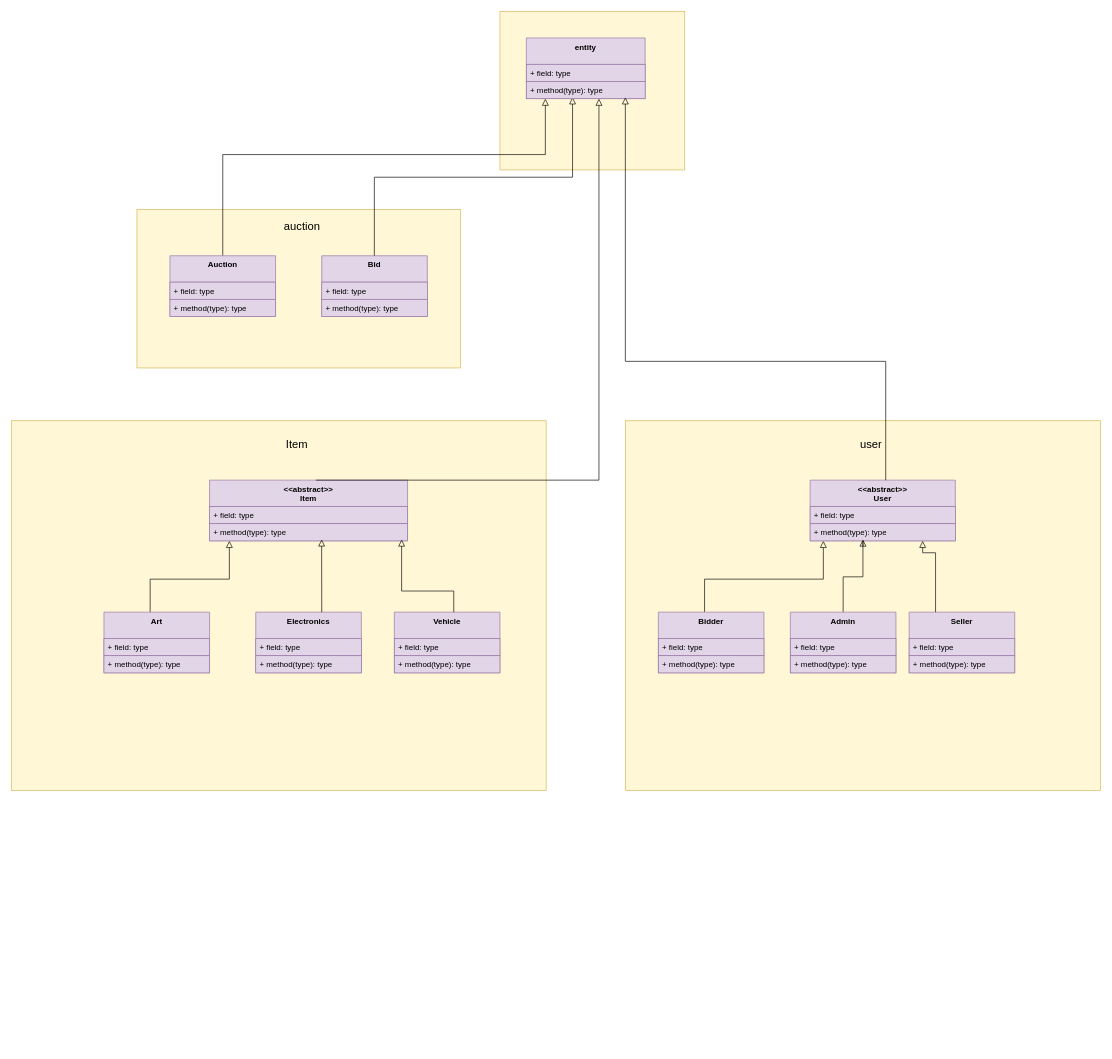
Earlier version of the draw.io diagram UML_java.drawio (HoangHa-Tkos/BTL_N8). Source tidied: cells renumbered, new cells numbered last; positions are measured from the earlier drawing's top-left corner, leaving out a move shared by most shapes. Both pictures are drawn from the tidied source at 66%, with x=0, y=0 at pixel (11, 11).
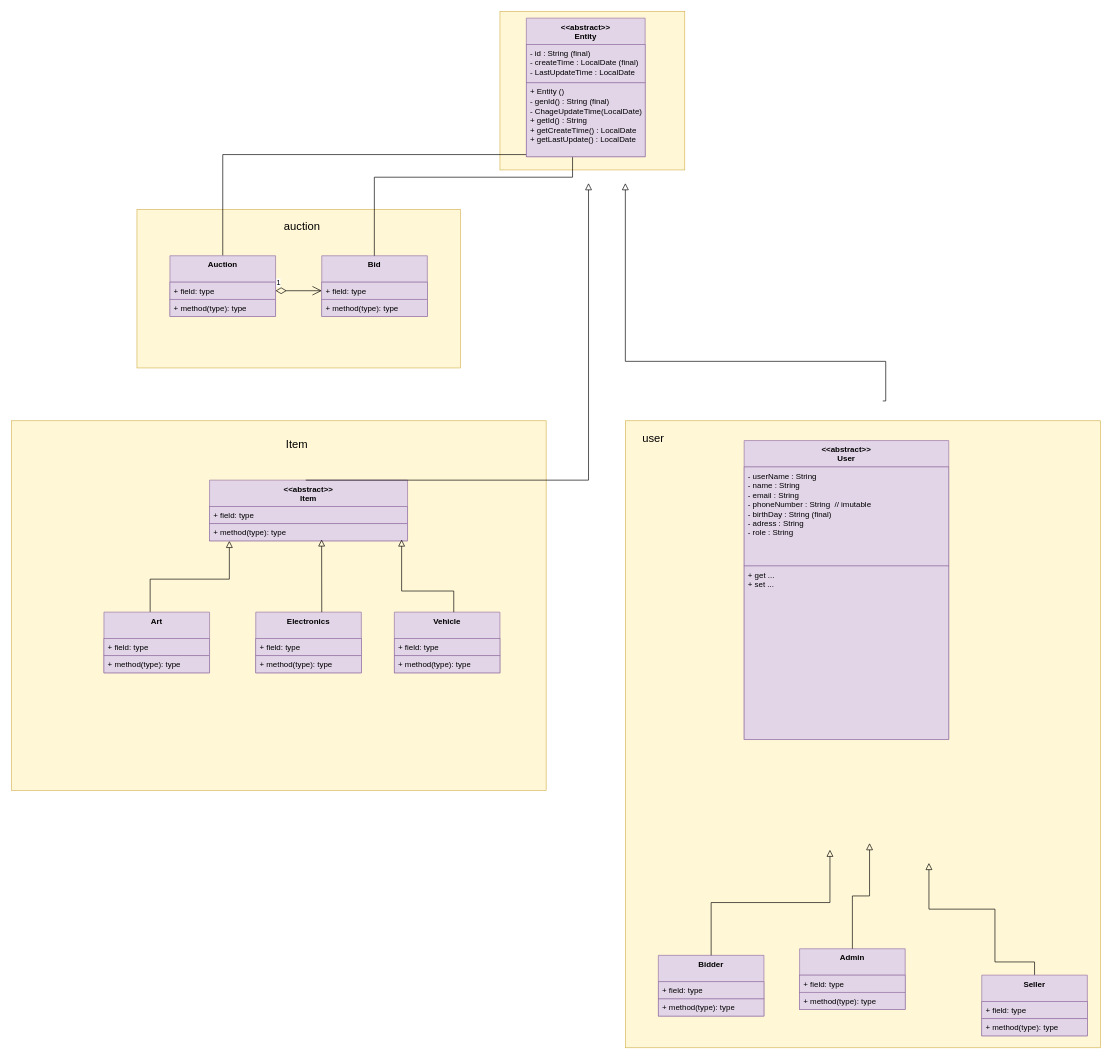
After the change.

Commit message:
Update UML class diagram

The change refers to these unchanged cells:
```xml
<mxCell id="41" value="+ field: type" style="text;strokeColor=#9673a6;fillColor=#e1d5e7;align=left;verticalAlign=top;spacingLeft=4;spacingRight=4;overflow=hidden;points=[[0,0.5],[1,0.5]];portConstraint=eastwest;whiteSpace=wrap;html=1;" parent="40" vertex="1">
  <mxGeometry y="40" width="160" height="26" as="geometry" />
</mxCell>
<mxCell id="44" value="+ field: type" style="text;strokeColor=#9673a6;fillColor=#e1d5e7;align=left;verticalAlign=top;spacingLeft=4;spacingRight=4;overflow=hidden;points=[[0,0.5],[1,0.5]];portConstraint=eastwest;whiteSpace=wrap;html=1;" parent="43" vertex="1">
  <mxGeometry y="40" width="160" height="26" as="geometry" />
</mxCell>
```

What changed in the source:
```diff
@@
     <mxCell id="3" style="text;strokeColor=#d6b656;fillColor=#FFF7D6;align=left;verticalAlign=middle;spacingTop=-1;spacingLeft=4;spacingRight=4;labelPosition=right;" parent="1" vertex="1">
-      <mxGeometry x="930" y="620" width="720" height="560" as="geometry" />
+      <mxGeometry x="930" y="620" width="720" height="950" as="geometry" />
     </mxCell>
     <mxCell id="4" value="user" style="text;strokeColor=none;fillColor=none;align=left;verticalAlign=top;spacingLeft=4;spacingRight=4;overflow=hidden;whiteSpace=wrap;html=1;fontSize=17;" parent="1" vertex="1">
-      <mxGeometry x="1280" y="640" width="110" height="30" as="geometry" />
+      <mxGeometry x="950" y="630" width="110" height="30" as="geometry" />
     </mxCell>
-    <mxCell id="5" style="edgeStyle=orthogonalEdgeStyle;rounded=0;jettySize=auto;html=1;fontSize=12;startSize=8;endSize=8;startArrow=block;startFill=0;endArrow=none;endFill=0;" parent="1" edge="1" source="6" target="9">
-      <mxGeometry x="-0.38" relative="1" as="geometry">
-        <Array as="points">
-          <mxPoint x="1230" y="860" />
-          <mxPoint x="1050" y="860" />
-        </Array>
-      </mxGeometry>
-    </mxCell>
     <mxCell id="6" value="&amp;lt;&amp;lt;abstract&amp;gt;&amp;gt;&lt;div&gt;User&lt;/div&gt;" style="swimlane;fontStyle=1;align=center;verticalAlign=top;horizontal=1;startSize=40;whiteSpace=wrap;html=1;fillColor=#e1d5e7;strokeColor=#9673a6;" parent="1" vertex="1">
-      <mxGeometry x="1210" y="710" width="220" height="92" as="geometry" />
+      <mxGeometry x="1110" y="650" width="310" height="453" as="geometry" />
     </mxCell>
-    <mxCell id="7" value="+ field: type" style="text;strokeColor=#9673a6;fillColor=#e1d5e7;align=left;verticalAlign=top;spacingLeft=4;spacingRight=4;overflow=hidden;whiteSpace=wrap;html=1;" parent="6" vertex="1">
-      <mxGeometry y="40" width="220" height="26" as="geometry" />
+    <mxCell id="7" value="- userName : String&lt;br&gt;- name : String&lt;div&gt;- email : String&lt;/div&gt;&lt;div&gt;- phoneNumber : String&amp;nbsp; // imutable&lt;/div&gt;&lt;div&gt;- birthDay : String (final)&lt;/div&gt;&lt;div&gt;- adress : String&lt;/div&gt;&lt;div&gt;- role : String&lt;/div&gt;&lt;div&gt;&lt;br&gt;&lt;/div&gt;&lt;div&gt;&lt;br&gt;&lt;/div&gt;" style="text;strokeColor=#9673a6;fillColor=#e1d5e7;align=left;verticalAlign=top;spacingLeft=4;spacingRight=4;overflow=hidden;whiteSpace=wrap;html=1;" parent="6" vertex="1">
+      <mxGeometry y="40" width="310" height="150" as="geometry" />
     </mxCell>
-    <mxCell id="8" value="+ method(type): type" style="text;strokeColor=#9673a6;fillColor=#e1d5e7;align=left;verticalAlign=top;spacingLeft=4;spacingRight=4;overflow=hidden;points=[[0,0.5],[1,0.5]];portConstraint=eastwest;whiteSpace=wrap;html=1;" parent="6" vertex="1">
-      <mxGeometry y="66" width="220" height="26" as="geometry" />
+    <mxCell id="8" value="+ get ...&lt;div&gt;+ set ...&lt;/div&gt;" style="text;strokeColor=#9673a6;fillColor=#e1d5e7;align=left;verticalAlign=top;spacingLeft=4;spacingRight=4;overflow=hidden;points=[[0,0.5],[1,0.5]];portConstraint=eastwest;whiteSpace=wrap;html=1;" parent="6" vertex="1">
+      <mxGeometry y="190" width="310" height="263" as="geometry" />
     </mxCell>
-    <mxCell id="9" value="Bidder" style="swimlane;fontStyle=1;align=center;verticalAlign=top;horizontal=1;startSize=40;whiteSpace=wrap;html=1;fillColor=#e1d5e7;strokeColor=#9673a6;" parent="1" vertex="1">
-      <mxGeometry x="980" y="910" width="160" height="92" as="geometry" />
-    </mxCell>
-    <mxCell id="10" value="+ field: type" style="text;strokeColor=#9673a6;fillColor=#e1d5e7;align=left;verticalAlign=top;spacingLeft=4;spacingRight=4;overflow=hidden;whiteSpace=wrap;html=1;" parent="9" vertex="1">
-      <mxGeometry y="40" width="160" height="26" as="geometry" />
-    </mxCell>
-    <mxCell id="11" value="+ method(type): type" style="text;strokeColor=#9673a6;fillColor=#e1d5e7;align=left;verticalAlign=top;spacingLeft=4;spacingRight=4;overflow=hidden;whiteSpace=wrap;html=1;" parent="9" vertex="1">
-      <mxGeometry y="66" width="160" height="26" as="geometry" />
-    </mxCell>
-    <mxCell id="12" style="edgeStyle=orthogonalEdgeStyle;rounded=0;jettySize=auto;html=1;fontSize=12;startSize=8;endSize=8;startArrow=block;startFill=0;endArrow=none;endFill=0;" parent="1" edge="1" target="13">
-      <mxGeometry x="-0.77" relative="1" as="geometry">
-        <mxPoint x="1290" y="800" as="sourcePoint" />
-        <Array as="points">
-          <mxPoint x="1290" y="802" />
-          <mxPoint x="1290" y="856.5" />
-          <mxPoint x="1260" y="856.5" />
-        </Array>
-      </mxGeometry>
-    </mxCell>
-    <mxCell id="13" value="Admin" style="swimlane;fontStyle=1;align=center;verticalAlign=top;horizontal=1;startSize=40;whiteSpace=wrap;html=1;fillColor=#e1d5e7;strokeColor=#9673a6;" parent="1" vertex="1">
-      <mxGeometry x="1180" y="910" width="160" height="92" as="geometry" />
-    </mxCell>
-    <mxCell id="14" value="+ field: type" style="text;strokeColor=#9673a6;fillColor=#e1d5e7;align=left;verticalAlign=top;spacingLeft=4;spacingRight=4;overflow=hidden;whiteSpace=wrap;html=1;" parent="13" vertex="1">
-      <mxGeometry y="40" width="160" height="26" as="geometry" />
-    </mxCell>
-    <mxCell id="15" value="+ method(type): type" style="text;strokeColor=#9673a6;fillColor=#e1d5e7;align=left;verticalAlign=top;spacingLeft=4;spacingRight=4;overflow=hidden;whiteSpace=wrap;html=1;" parent="13" vertex="1">
-      <mxGeometry y="66" width="160" height="26" as="geometry" />
-    </mxCell>
-    <mxCell id="16" value="Seller" style="swimlane;fontStyle=1;align=center;verticalAlign=top;horizontal=1;startSize=40;whiteSpace=wrap;html=1;fillColor=#e1d5e7;strokeColor=#9673a6;" parent="1" vertex="1">
-      <mxGeometry x="1360" y="910" width="160" height="92" as="geometry" />
-    </mxCell>
-    <mxCell id="17" value="+ field: type" style="text;strokeColor=#9673a6;fillColor=#e1d5e7;align=left;verticalAlign=top;spacingLeft=4;spacingRight=4;overflow=hidden;whiteSpace=wrap;html=1;" parent="16" vertex="1">
-      <mxGeometry y="40" width="160" height="26" as="geometry" />
-    </mxCell>
-    <mxCell id="18" value="+ method(type): type" style="text;strokeColor=#9673a6;fillColor=#e1d5e7;align=left;verticalAlign=top;spacingLeft=4;spacingRight=4;overflow=hidden;whiteSpace=wrap;html=1;" parent="16" vertex="1">
-      <mxGeometry y="66" width="160" height="26" as="geometry" />
-    </mxCell>
-    <mxCell id="19" style="edgeStyle=orthogonalEdgeStyle;rounded=0;jettySize=auto;html=1;fontSize=12;startSize=8;endSize=8;startArrow=block;startFill=0;endArrow=none;endFill=0;exitX=0.775;exitY=1;exitDx=0;exitDy=0;exitPerimeter=0;" parent="1" edge="1" source="8" target="16">
-      <mxGeometry x="-0.16" relative="1" as="geometry">
-        <Array as="points">
-          <mxPoint x="1380.5" y="820" />
-          <mxPoint x="1400" y="820" />
-        </Array>
-      </mxGeometry>
-    </mxCell>
@@
-    <mxCell id="47" value="entity" style="swimlane;fontStyle=1;align=center;verticalAlign=top;horizontal=1;startSize=40;whiteSpace=wrap;html=1;fillColor=#e1d5e7;strokeColor=#9673a6;" parent="1" vertex="1">
-      <mxGeometry x="780" y="40" width="180" height="92" as="geometry" />
+    <mxCell id="47" value="&amp;lt;&amp;lt;abstract&amp;gt;&amp;gt;&lt;br&gt;Entity" style="swimlane;fontStyle=1;align=center;verticalAlign=top;horizontal=1;startSize=40;whiteSpace=wrap;html=1;fillColor=#e1d5e7;strokeColor=#9673a6;" parent="1" vertex="1">
+      <mxGeometry x="780" y="10" width="180" height="210" as="geometry" />
     </mxCell>
-    <mxCell id="48" value="+ field: type" style="text;strokeColor=#9673a6;fillColor=#e1d5e7;align=left;verticalAlign=top;spacingLeft=4;spacingRight=4;overflow=hidden;whiteSpace=wrap;html=1;" parent="47" vertex="1">
-      <mxGeometry y="40" width="180" height="26" as="geometry" />
+    <mxCell id="48" value="- id : String (final)&lt;div&gt;- createTime : LocalDate (final)&lt;/div&gt;&lt;div&gt;- LastUpdateTime : LocalDate&lt;/div&gt;" style="text;strokeColor=#9673a6;fillColor=#e1d5e7;align=left;verticalAlign=top;spacingLeft=4;spacingRight=4;overflow=hidden;whiteSpace=wrap;html=1;" parent="47" vertex="1">
+      <mxGeometry y="40" width="180" height="58" as="geometry" />
     </mxCell>
-    <mxCell id="49" value="+ method(type): type" style="text;strokeColor=#9673a6;fillColor=#e1d5e7;align=left;verticalAlign=top;spacingLeft=4;spacingRight=4;overflow=hidden;points=[[0,0.5],[1,0.5]];portConstraint=eastwest;whiteSpace=wrap;html=1;" parent="47" vertex="1">
-      <mxGeometry y="66" width="180" height="26" as="geometry" />
+    <mxCell id="49" value="&lt;div&gt;+ Entity ()&lt;/div&gt;- genId() : String (final)&lt;div&gt;- ChageUpdateTime(LocalDate)&lt;/div&gt;&lt;div&gt;+ getId() : String&lt;/div&gt;&lt;div&gt;+ getCreateTime() : LocalDate&lt;/div&gt;&lt;div&gt;+ getLastUpdate() : LocalDate&lt;/div&gt;" style="text;strokeColor=#9673a6;fillColor=#e1d5e7;align=left;verticalAlign=top;spacingLeft=4;spacingRight=4;overflow=hidden;points=[[0,0.5],[1,0.5]];portConstraint=eastwest;whiteSpace=wrap;html=1;" parent="47" vertex="1">
+      <mxGeometry y="98" width="180" height="112" as="geometry" />
     </mxCell>
-    <mxCell id="50" style="rounded=0;jettySize=auto;html=1;fontSize=12;startSize=8;endSize=8;startArrow=block;startFill=0;endArrow=none;endFill=0;edgeStyle=orthogonalEdgeStyle;" parent="1" edge="1" source="49">
-      <mxGeometry x="0.12" relative="1" as="geometry">
-        <mxPoint x="461.5" y="710" as="targetPoint" />
+    <mxCell id="50" style="rounded=0;orthogonalLoop=1;jettySize=auto;html=1;fontSize=12;startSize=8;endSize=8;startArrow=block;startFill=0;endArrow=none;endFill=0;edgeStyle=orthogonalEdgeStyle;" parent="1" edge="1">
+      <mxGeometry x="-0.01" relative="1" as="geometry">
+        <mxPoint x="874.2" y="260" as="sourcePoint" />
+        <mxPoint x="445.8" y="710" as="targetPoint" />
         <Array as="points">
-          <mxPoint x="890" y="710" />
+          <mxPoint x="874.2" y="710" />
         </Array>
       </mxGeometry>
     </mxCell>
     <mxCell id="51" style="rounded=0;orthogonalLoop=1;jettySize=auto;html=1;fontSize=12;startSize=8;endSize=8;startArrow=block;startFill=0;endArrow=none;endFill=0;edgeStyle=orthogonalEdgeStyle;" parent="1" edge="1">
-      <mxGeometry x="0.79" relative="1" as="geometry">
-        <mxPoint x="930" y="130" as="sourcePoint" />
-        <mxPoint x="1324.5" y="710" as="targetPoint" />
+      <mxGeometry x="0.76" relative="1" as="geometry">
+        <mxPoint x="930" y="260" as="sourcePoint" />
+        <mxPoint x="1320" y="590" as="targetPoint" />
         <Array as="points">
-          <mxPoint x="930" y="220" />
           <mxPoint x="930" y="530" />
           <mxPoint x="1324.5" y="530" />
         </Array>
       </mxGeometry>
     </mxCell>
+    <mxCell id="13" value="Admin" style="swimlane;fontStyle=1;align=center;verticalAlign=top;horizontal=1;startSize=40;whiteSpace=wrap;html=1;fillColor=#e1d5e7;strokeColor=#9673a6;" parent="1" vertex="1">
+      <mxGeometry x="1194" y="1420" width="160" height="92" as="geometry" />
+    </mxCell>
+    <mxCell id="52" value="+ field: type" style="text;strokeColor=#9673a6;fillColor=#e1d5e7;align=left;verticalAlign=top;spacingLeft=4;spacingRight=4;overflow=hidden;whiteSpace=wrap;html=1;" parent="13" vertex="1">
+      <mxGeometry y="40" width="160" height="26" as="geometry" />
+    </mxCell>
+    <mxCell id="53" value="+ method(type): type" style="text;strokeColor=#9673a6;fillColor=#e1d5e7;align=left;verticalAlign=top;spacingLeft=4;spacingRight=4;overflow=hidden;whiteSpace=wrap;html=1;" parent="13" vertex="1">
+      <mxGeometry y="66" width="160" height="26" as="geometry" />
+    </mxCell>
+    <mxCell id="9" value="Bidder" style="swimlane;fontStyle=1;align=center;verticalAlign=top;horizontal=1;startSize=40;whiteSpace=wrap;html=1;fillColor=#e1d5e7;strokeColor=#9673a6;" parent="1" vertex="1">
+      <mxGeometry x="980" y="1430" width="160" height="92" as="geometry" />
+    </mxCell>
+    <mxCell id="54" value="+ field: type" style="text;strokeColor=#9673a6;fillColor=#e1d5e7;align=left;verticalAlign=top;spacingLeft=4;spacingRight=4;overflow=hidden;whiteSpace=wrap;html=1;" parent="9" vertex="1">
+      <mxGeometry y="40" width="160" height="26" as="geometry" />
+    </mxCell>
+    <mxCell id="55" value="+ method(type): type" style="text;strokeColor=#9673a6;fillColor=#e1d5e7;align=left;verticalAlign=top;spacingLeft=4;spacingRight=4;overflow=hidden;whiteSpace=wrap;html=1;" parent="9" vertex="1">
+      <mxGeometry y="66" width="160" height="26" as="geometry" />
+    </mxCell>
+    <mxCell id="56" style="edgeStyle=orthogonalEdgeStyle;rounded=0;jettySize=auto;html=1;fontSize=12;startSize=8;endSize=8;startArrow=block;startFill=0;endArrow=none;endFill=0;" parent="1" edge="1" target="9">
+      <mxGeometry x="-0.61" relative="1" as="geometry">
+        <mxPoint x="1240" y="1270" as="sourcePoint" />
+        <Array as="points">
+          <mxPoint x="1240" y="1350" />
+          <mxPoint x="1060" y="1350" />
+        </Array>
+      </mxGeometry>
+    </mxCell>
+    <mxCell id="57" style="edgeStyle=orthogonalEdgeStyle;rounded=0;jettySize=auto;html=1;fontSize=12;startSize=8;endSize=8;startArrow=block;startFill=0;endArrow=none;endFill=0;" parent="1" edge="1" target="13">
+      <mxGeometry x="-0.77" relative="1" as="geometry">
+        <mxPoint x="1300" y="1260" as="sourcePoint" />
+        <Array as="points">
+          <mxPoint x="1300" y="1340" />
+          <mxPoint x="1274" y="1340" />
+        </Array>
+      </mxGeometry>
+    </mxCell>
+    <mxCell id="58" style="edgeStyle=orthogonalEdgeStyle;rounded=0;jettySize=auto;html=1;fontSize=12;startSize=8;endSize=8;startArrow=block;startFill=0;endArrow=none;endFill=0;" parent="1" edge="1" target="16">
+      <mxGeometry x="-0.52" relative="1" as="geometry">
+        <mxPoint x="1390" y="1290" as="sourcePoint" />
+        <Array as="points">
+          <mxPoint x="1390.5" y="1360" />
+          <mxPoint x="1490" y="1360" />
+          <mxPoint x="1490" y="1440" />
+          <mxPoint x="1550" y="1440" />
+        </Array>
+      </mxGeometry>
+    </mxCell>
+    <mxCell id="16" value="Seller" style="swimlane;fontStyle=1;align=center;verticalAlign=top;horizontal=1;startSize=40;whiteSpace=wrap;html=1;fillColor=#e1d5e7;strokeColor=#9673a6;" parent="1" vertex="1">
+      <mxGeometry x="1470" y="1460" width="160" height="92" as="geometry" />
+    </mxCell>
+    <mxCell id="59" value="+ field: type" style="text;strokeColor=#9673a6;fillColor=#e1d5e7;align=left;verticalAlign=top;spacingLeft=4;spacingRight=4;overflow=hidden;whiteSpace=wrap;html=1;" parent="16" vertex="1">
+      <mxGeometry y="40" width="160" height="26" as="geometry" />
+    </mxCell>
+    <mxCell id="60" value="+ method(type): type" style="text;strokeColor=#9673a6;fillColor=#e1d5e7;align=left;verticalAlign=top;spacingLeft=4;spacingRight=4;overflow=hidden;whiteSpace=wrap;html=1;" parent="16" vertex="1">
+      <mxGeometry y="66" width="160" height="26" as="geometry" />
+    </mxCell>
+    <mxCell id="61" value="1" style="endArrow=open;html=1;endSize=12;startArrow=diamondThin;startSize=14;startFill=0;edgeStyle=orthogonalEdgeStyle;align=left;verticalAlign=bottom;rounded=0;exitX=1;exitY=0.5;exitDx=0;exitDy=0;entryX=0;entryY=0.5;entryDx=0;entryDy=0;" parent="1" edge="1" source="41" target="44">
+      <mxGeometry x="-1" y="3" relative="1" as="geometry" />
+    </mxCell>
```
